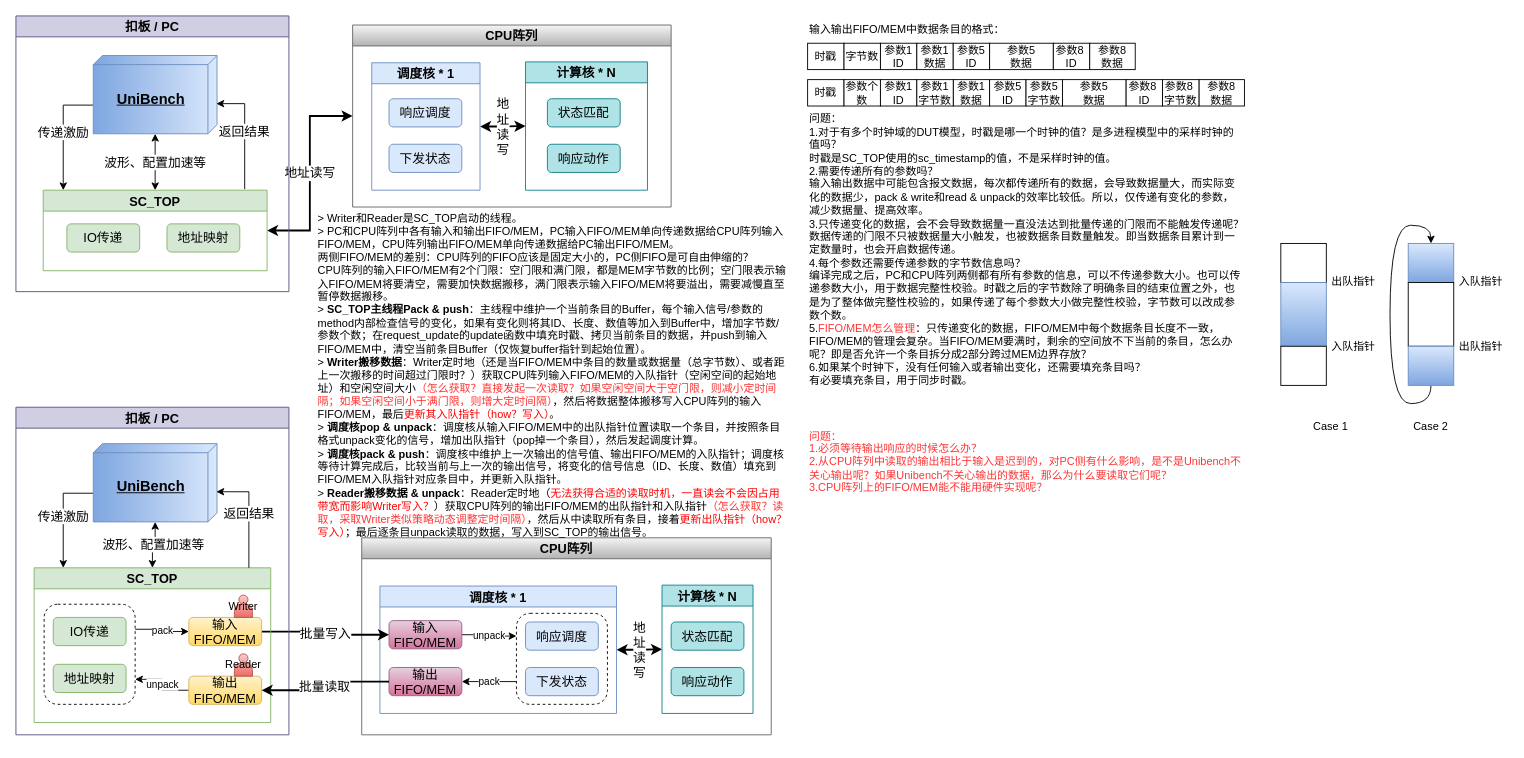
The draw.io diagram verilator_digrams/aync_comm.drawio in Dercury/CLDK, before the edit. Source tidied: cells renumbered, new cells numbered last; positions are measured from the earlier drawing's top-left corner, leaving out a move shared by most shapes. Both pictures are drawn from the tidied source at 91%, with x=0, y=0 at pixel (15, 15).
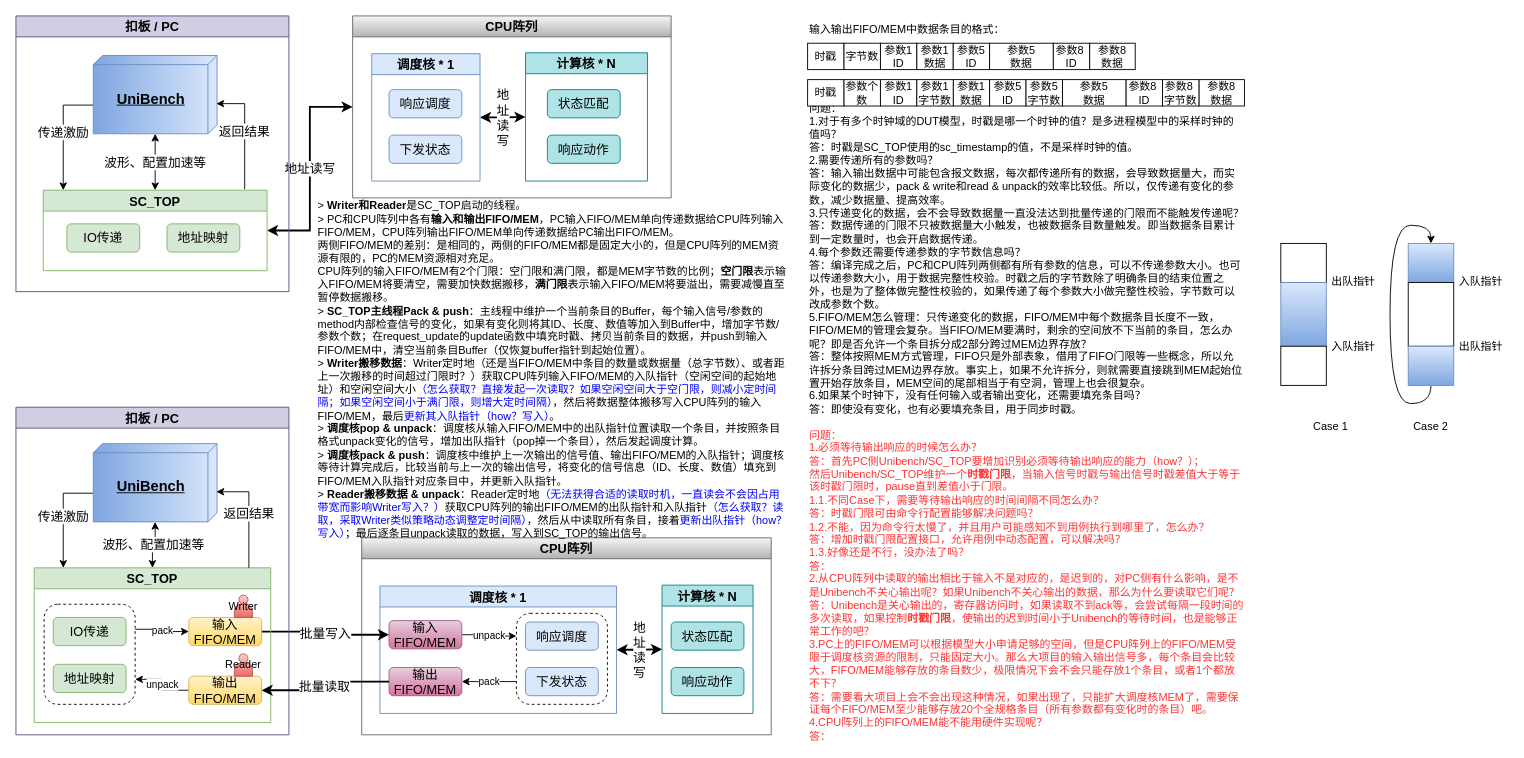
The same page after the edit.

The edit, as a diff of the source:
```diff
@@
     <mxCell id="2" value="CPU阵列" style="swimlane;fontSize=14;fillColor=#f5f5f5;strokeColor=#666666;gradientColor=#b3b3b3;" parent="1" vertex="1">
-      <mxGeometry x="370" y="10" width="350" height="200" as="geometry" />
+      <mxGeometry x="370" width="350" height="200" as="geometry" />
     </mxCell>
@@
-    <mxCell id="51" value="&lt;div&gt;&lt;span style=&quot;background-color: initial; color: rgb(255, 51, 51);&quot;&gt;问题：&lt;/span&gt;&lt;br&gt;&lt;/div&gt;&lt;div&gt;&lt;font color=&quot;#ff3333&quot;&gt;1.必须等待输出响应的时候怎么办？&lt;/font&gt;&lt;/div&gt;&lt;div&gt;&lt;font color=&quot;#ff3333&quot;&gt;2.从CPU阵列中读取的输出相比于输入是迟到的，对PC侧有什么影响，是不是Unibench不关心输出呢？&lt;/font&gt;&lt;span style=&quot;color: rgb(255, 51, 51); background-color: initial;&quot;&gt;如果Unibench不关心输出的数据，那么为什么要读取它们呢？&lt;/span&gt;&lt;/div&gt;&lt;div&gt;&lt;span style=&quot;color: rgb(255, 51, 51); background-color: initial;&quot;&gt;3.CPU阵列上的FIFO/MEM能不能用硬件实现呢？&lt;/span&gt;&lt;/div&gt;" style="text;html=1;align=left;verticalAlign=middle;whiteSpace=wrap;rounded=0;" parent="1" vertex="1">
-      <mxGeometry x="870" y="410" width="480" height="160" as="geometry" />
+    <mxCell id="51" value="&lt;div&gt;&lt;span style=&quot;background-color: initial; color: rgb(255, 51, 51);&quot;&gt;问题：&lt;/span&gt;&lt;br&gt;&lt;/div&gt;&lt;div&gt;&lt;font color=&quot;#ff3333&quot;&gt;1.必须等待输出响应的时候怎么办？&lt;/font&gt;&lt;/div&gt;&lt;div&gt;&lt;font color=&quot;#ff3333&quot;&gt;答：首先PC侧Unibench/SC_TOP要增加识别必须等待输出响应的能力（how？）；&lt;/font&gt;&lt;/div&gt;&lt;div&gt;&lt;font color=&quot;#ff3333&quot;&gt;然后Unibench/SC_TOP维护一个&lt;b&gt;时戳门限&lt;/b&gt;，当输入信号时戳与输出信号时戳差值大于等于该时戳门限时，pause直到差值小于门限。&lt;/font&gt;&lt;/div&gt;&lt;div&gt;&lt;font color=&quot;#ff3333&quot;&gt;1.1.不同Case下，需要等待输出响应的时间间隔不同怎么办？&lt;/font&gt;&lt;/div&gt;&lt;div&gt;&lt;font color=&quot;#ff3333&quot;&gt;答：时戳门限可由命令行配置能够解决问题吗？&lt;/font&gt;&lt;/div&gt;&lt;div&gt;&lt;font color=&quot;#ff3333&quot;&gt;1.2.不能，因为命令行太慢了，并且用户可能感知不到用例执行到哪里了，怎么办？&lt;/font&gt;&lt;/div&gt;&lt;div&gt;&lt;font color=&quot;#ff3333&quot;&gt;答：增加时戳门限配置接口，允许用例中动态配置，可以解决吗？&lt;/font&gt;&lt;/div&gt;&lt;div&gt;&lt;font color=&quot;#ff3333&quot;&gt;1.3.好像还是不行，没办法了吗？&lt;/font&gt;&lt;/div&gt;&lt;div&gt;&lt;font color=&quot;#ff3333&quot;&gt;答：&lt;/font&gt;&lt;/div&gt;&lt;div&gt;&lt;font color=&quot;#ff3333&quot;&gt;2.从CPU阵列中读取的输出相比于输入不是对应的，是迟到的，对PC侧有什么影响，是不是Unibench不关心输出呢？&lt;/font&gt;&lt;span style=&quot;color: rgb(255, 51, 51); background-color: initial;&quot;&gt;如果Unibench不关心输出的数据，那么为什么要读取它们呢？&lt;/span&gt;&lt;/div&gt;&lt;div&gt;&lt;span style=&quot;color: rgb(255, 51, 51);&quot;&gt;答：Unibench是关心输出的，寄存器访问时，如果读取不到ack等，会尝试每隔一段时间的多次读取，如果控制&lt;b&gt;时戳门限&lt;/b&gt;，使输出的迟到时间小于Unibench的等待时间，也是能够正常工作的吧？&lt;/span&gt;&lt;span style=&quot;color: rgb(255, 51, 51); background-color: initial;&quot;&gt;&lt;br&gt;&lt;/span&gt;&lt;/div&gt;&lt;div&gt;&lt;span style=&quot;color: rgb(255, 51, 51); background-color: initial;&quot;&gt;3.PC上的FIFO/MEM可以根据模型大小申请足够的空间，但是CPU阵列上的FIFO/MEM受限于调度核资源的限制，只能固定大小。那么大项目的输入输出信号多，每个条目会比较大，FIFO/MEM能够存放的条目数少，极限情况下会不会只能存放1个条目，或者1个都放不下？&lt;/span&gt;&lt;/div&gt;&lt;div&gt;&lt;span style=&quot;color: rgb(255, 51, 51); background-color: initial;&quot;&gt;答：需要看大项目上会不会出现这种情况，如果出现了，只能扩大调度核MEM了，需要保证每个FIFO/MEM至少能够存放20个全规格条目（所有参数都有变化时的条目）吧。&lt;/span&gt;&lt;/div&gt;&lt;div&gt;&lt;span style=&quot;color: rgb(255, 51, 51); background-color: initial;&quot;&gt;4.CPU阵列上的FIFO/MEM能不能用硬件实现呢？&lt;/span&gt;&lt;/div&gt;&lt;div&gt;&lt;span style=&quot;color: rgb(255, 51, 51);&quot;&gt;答：&lt;/span&gt;&lt;span style=&quot;color: rgb(255, 51, 51); background-color: initial;&quot;&gt;&lt;br&gt;&lt;/span&gt;&lt;/div&gt;" style="text;html=1;align=left;verticalAlign=middle;whiteSpace=wrap;rounded=0;" parent="1" vertex="1">
+      <mxGeometry x="870" y="461" width="480" height="329" as="geometry" />
     </mxCell>
@@
-    <mxCell id="61" value="&lt;span style=&quot;&quot;&gt;问题：&lt;/span&gt;&lt;div&gt;&lt;span style=&quot;&quot;&gt;1.对于有多个时钟域的DUT模型，时戳是哪一个时钟的值？是多进程模型中的采样时钟的值吗？&lt;/span&gt;&lt;/div&gt;&lt;div&gt;时戳是SC_TOP使用的sc_timestamp的值，不是采样时钟的值。&lt;/div&gt;&lt;div&gt;2.需要传递所有的参数吗？&lt;/div&gt;&lt;div&gt;输入输出数据中可能包含报文数据，每次都传递所有的数据，会导致数据量大，而实际变化的数据少，pack &amp;amp; write和read &amp;amp; unpack的效率比较低。所以，仅传递有变化的参数，减少数据量、提高效率。&lt;/div&gt;&lt;div&gt;3.只传递变化的数据，会不会导致数据量一直没法达到批量传递的门限而不能触发传递呢？&lt;/div&gt;&lt;div&gt;数据传递的门限不只被数据量大小触发，也被数据条目数量触发。即当数据条目累计到一定数量时，也会开启数据传递。&lt;/div&gt;&lt;div&gt;4.每个参数还需要传递参数的字节数信息吗？&lt;/div&gt;&lt;div&gt;编译完成之后，PC和CPU阵列两侧都有&lt;span style=&quot;background-color: initial;&quot;&gt;所有&lt;/span&gt;&lt;span style=&quot;background-color: initial;&quot;&gt;参数的信息，可以不传递参数大小。也可以传递参数大小，用于数据完整性校验。时戳之后的字节数除了明确条目的结束位置之外，也是为了整体做完整性校验的，如果传递了每个参数大小做完整性校验，字节数可以改成参数个数。&lt;/span&gt;&lt;/div&gt;&lt;div&gt;&lt;span style=&quot;background-color: initial;&quot;&gt;5.&lt;font color=&quot;#ff3333&quot;&gt;FIFO/MEM怎么管理&lt;/font&gt;：只传递变化的数据，FIFO/MEM中每个数据条目长度不一致，FIFO/MEM的管理会复杂。当FIFO/MEM要满时，剩余的空间放不下当前的条目，怎么办呢？即是否允许一个条目拆分成2部分跨过MEM边界存放？&lt;/span&gt;&lt;/div&gt;&lt;div&gt;&lt;span style=&quot;background-color: initial;&quot;&gt;6.如果某个时钟下，没有任何输入或者输出变化，还需要填充条目吗？&lt;/span&gt;&lt;/div&gt;&lt;div&gt;&lt;span style=&quot;background-color: initial;&quot;&gt;有必要填充条目，用于同步时戳。&lt;/span&gt;&lt;/div&gt;" style="text;html=1;align=left;verticalAlign=middle;whiteSpace=wrap;rounded=0;" parent="1" vertex="1">
-      <mxGeometry x="870" y="103" width="480" height="307" as="geometry" />
+    <mxCell id="61" value="&lt;span style=&quot;&quot;&gt;问题：&lt;/span&gt;&lt;div&gt;&lt;span style=&quot;&quot;&gt;1.对于有多个时钟域的DUT模型，时戳是哪一个时钟的值？是多进程模型中的采样时钟的值吗？&lt;/span&gt;&lt;/div&gt;&lt;div&gt;答：时戳是SC_TOP使用的sc_timestamp的值，不是采样时钟的值。&lt;/div&gt;&lt;div&gt;2.需要传递所有的参数吗？&lt;/div&gt;&lt;div&gt;&lt;span style=&quot;background-color: initial;&quot;&gt;答：&lt;/span&gt;输入输出数据中可能包含报文数据，每次都传递所有的数据，会导致数据量大，而实际变化的数据少，pack &amp;amp; write和read &amp;amp; unpack的效率比较低。所以，仅传递有变化的参数，减少数据量、提高效率。&lt;/div&gt;&lt;div&gt;3.只传递变化的数据，会不会导致数据量一直没法达到批量传递的门限而不能触发传递呢？&lt;/div&gt;&lt;div&gt;&lt;span style=&quot;background-color: initial;&quot;&gt;答：&lt;/span&gt;数据传递的门限不只被数据量大小触发，也被数据条目数量触发。即当数据条目累计到一定数量时，也会开启数据传递。&lt;/div&gt;&lt;div&gt;4.每个参数还需要传递参数的字节数信息吗？&lt;/div&gt;&lt;div&gt;&lt;span style=&quot;background-color: initial;&quot;&gt;答：&lt;/span&gt;编译完成之后，PC和CPU阵列两侧都有&lt;span style=&quot;background-color: initial;&quot;&gt;所有&lt;/span&gt;&lt;span style=&quot;background-color: initial;&quot;&gt;参数的信息，可以不传递参数大小。也可以传递参数大小，用于数据完整性校验。时戳之后的字节数除了明确条目的结束位置之外，也是为了整体做完整性校验的，如果传递了每个参数大小做完整性校验，字节数可以改成参数个数。&lt;/span&gt;&lt;/div&gt;&lt;div&gt;&lt;span style=&quot;background-color: initial;&quot;&gt;5.FIFO/MEM怎么管理：只传递变化的数据，FIFO/MEM中每个数据条目长度不一致，FIFO/MEM的管理会复杂。当FIFO/MEM要满时，剩余的空间放不下当前的条目，怎么办呢？即是否允许一个条目拆分成2部分跨过MEM边界存放？&lt;/span&gt;&lt;/div&gt;&lt;div&gt;答：整体按照MEM方式管理，FIFO只是外部表象，借用了FIFO门限等一些概念，所以允许拆分条目跨过MEM边界存放。事实上，如果不允许拆分，则就需要直接跳到MEM起始位置开始存放条目，MEM空间的尾部相当于有空洞，管理上也会很复杂。&lt;span style=&quot;background-color: initial;&quot;&gt;&lt;br&gt;&lt;/span&gt;&lt;/div&gt;&lt;div&gt;&lt;span style=&quot;background-color: initial;&quot;&gt;6.如果某个时钟下，没有任何输入或者输出变化，还需要填充条目吗？&lt;/span&gt;&lt;/div&gt;&lt;div&gt;&lt;span style=&quot;background-color: initial;&quot;&gt;答：即使没有变化，也&lt;/span&gt;&lt;span style=&quot;background-color: initial;&quot;&gt;有必要填充条目，用于同步时戳。&lt;/span&gt;&lt;/div&gt;" style="text;html=1;align=left;verticalAlign=middle;whiteSpace=wrap;rounded=0;" parent="1" vertex="1">
+      <mxGeometry x="870" y="103" width="480" height="327" as="geometry" />
     </mxCell>
@@
-    <mxCell id="73" value="&lt;div&gt;&lt;span style=&quot;background-color: initial;&quot;&gt;&amp;gt; Writer和Reader是SC_TOP启动的线程。&lt;/span&gt;&lt;/div&gt;&lt;div&gt;&lt;span style=&quot;background-color: initial;&quot;&gt;&amp;gt; PC和CPU阵列中各有输入和输出FIFO/MEM，PC输入FIFO/MEM单向传递数据给CPU阵列输入FIFO/MEM，CPU阵列输出FIFO/MEM单向传递数据给PC输出FIFO/MEM。&lt;/span&gt;&lt;br&gt;&lt;/div&gt;&lt;div&gt;两侧FIFO/MEM的差别：&lt;span style=&quot;background-color: initial;&quot;&gt;CPU阵列的FIFO应该是固定大小的，&lt;/span&gt;&lt;span style=&quot;background-color: initial;&quot;&gt;PC侧FIFO&lt;/span&gt;&lt;span style=&quot;background-color: initial;&quot;&gt;是可自由伸缩的？&lt;/span&gt;&lt;/div&gt;&lt;div&gt;CPU阵列的输入FIFO/MEM有2个门限：空门限和满门限，都是MEM字节数的比例；空门限表示输入FIFO/MEM将要清空，需要加快数据搬移，满门限表示输入FIFO/MEM将要溢出，需要减慢直至暂停数据搬移。&lt;br&gt;&lt;/div&gt;&lt;div&gt;&lt;span style=&quot;background-color: initial;&quot;&gt;&amp;gt;&amp;nbsp;&lt;/span&gt;&lt;b style=&quot;background-color: initial;&quot;&gt;SC_TOP&lt;/b&gt;&lt;b style=&quot;background-color: initial;&quot;&gt;主线程Pack &amp;amp; push&lt;/b&gt;&lt;span style=&quot;background-color: initial;&quot;&gt;：主线程中维护一个当前条目的Buffer，每个输入信号/参数的method内部检查信号的变化，如果有变化则将其ID、长度、数值等加入到Buffer中，增加字节数/参数个数；在request_update的update函数中填充时戳、拷贝当前条目的数据，并push到输入FIFO/MEM中，清空当前条目Buffer（仅恢复buffer指针到起始位置）。&lt;/span&gt;&lt;/div&gt;&lt;div&gt;&amp;gt; &lt;b&gt;Writer搬移数据&lt;/b&gt;：&lt;span style=&quot;background-color: initial;&quot;&gt;Writer定时地&lt;/span&gt;&lt;span style=&quot;background-color: initial;&quot;&gt;（还是当FIFO/MEM中条目的数量或数据量（总字节数）、或者距上一次搬移的时间超过门限时？&lt;/span&gt;&lt;span style=&quot;background-color: initial;&quot;&gt;）&lt;/span&gt;&lt;font style=&quot;background-color: initial;&quot;&gt;获取CPU阵列输入FIFO/MEM的入队指针（&lt;/font&gt;&lt;span style=&quot;background-color: initial;&quot;&gt;空闲空间的起始地址&lt;/span&gt;&lt;font style=&quot;background-color: initial;&quot;&gt;）和空闲空间大小&lt;/font&gt;&lt;font style=&quot;background-color: initial;&quot; color=&quot;#ff3333&quot;&gt;（怎么获取？直接发起一次读取？如果空闲空间大于空门限，则减小定时间隔；如果空闲空间小于满门限，则增大定时间隔）&lt;/font&gt;&lt;span style=&quot;background-color: initial;&quot;&gt;，然后将数据整体搬移写入CPU阵列的输入FIFO/MEM，最后&lt;/span&gt;&lt;font style=&quot;background-color: initial;&quot; color=&quot;#ff0000&quot;&gt;更新其入队指针（how？写入）&lt;/font&gt;&lt;span style=&quot;background-color: initial;&quot;&gt;。&lt;/span&gt;&lt;/div&gt;&lt;div&gt;&amp;gt; &lt;b&gt;调度核pop &amp;amp; unpack&lt;/b&gt;：调度核从输入FIFO/MEM中的出队指针位置读取一个条目，并按照条目格式unpack变化的信号，增加出队指针（pop掉一个条目），然后发起调度计算。&lt;/div&gt;&lt;div&gt;&amp;gt; &lt;b&gt;调度核pack &amp;amp; push&lt;/b&gt;：调度核中维护上一次输出的信号值、输出FIFO/MEM的入队指针；调度核等待计算完成后，比较当前与上一次的输出信号，将变化的信号信息（ID、长度、数值）填充到FIFO/MEM入队指针对应条目中，并更新入队指针。&lt;/div&gt;&lt;div&gt;&amp;gt; &lt;b&gt;Reader搬移数据 &amp;amp; unpack&lt;/b&gt;：Reader定时地（&lt;font color=&quot;#ff0000&quot;&gt;无法获得合适的读取时机，一直读会不会因占用带宽而影响Writer写入？&lt;/font&gt;&lt;span style=&quot;background-color: initial;&quot;&gt;）获取&lt;/span&gt;&lt;span style=&quot;background-color: initial;&quot;&gt;CPU阵列的输出FIFO/MEM的出队指针和入队指针&lt;/span&gt;&lt;span style=&quot;color: rgb(255, 51, 51); background-color: initial;&quot;&gt;（怎么获取？读取，采取Writer类似策略动态调整定时间隔）&lt;/span&gt;&lt;span style=&quot;background-color: initial;&quot;&gt;，然后&lt;/span&gt;&lt;span style=&quot;background-color: initial;&quot;&gt;从中读取所有条目，接着&lt;/span&gt;&lt;font style=&quot;background-color: initial;&quot; color=&quot;#ff0000&quot;&gt;更新出队指针（how？写入）&lt;/font&gt;&lt;span style=&quot;background-color: initial;&quot;&gt;；最后逐条目unpack读取的数据，写入到SC_TOP的输出信号。&lt;/span&gt;&lt;/div&gt;" style="text;html=1;align=left;verticalAlign=middle;whiteSpace=wrap;rounded=0;" parent="1" vertex="1">
-      <mxGeometry x="330" y="220" width="520" height="350" as="geometry" />
+    <mxCell id="73" value="&lt;div&gt;&lt;span style=&quot;background-color: initial;&quot;&gt;&amp;gt; &lt;b&gt;Writer和Reader&lt;/b&gt;是SC_TOP启动的线程。&lt;/span&gt;&lt;/div&gt;&lt;div&gt;&lt;span style=&quot;background-color: initial;&quot;&gt;&amp;gt; PC和CPU阵列中各有&lt;b&gt;输入和输出FIFO/MEM&lt;/b&gt;，PC输入FIFO/MEM单向传递数据给CPU阵列输入FIFO/MEM，CPU阵列输出FIFO/MEM单向传递数据给PC输出FIFO/MEM。&lt;/span&gt;&lt;br&gt;&lt;/div&gt;&lt;div&gt;两侧FIFO/MEM的差别：是相同的，两侧的FIFO/MEM都是固定大小的，但是&lt;span style=&quot;background-color: initial;&quot;&gt;CPU阵列的MEM资源有限的，&lt;/span&gt;&lt;span style=&quot;background-color: initial;&quot;&gt;PC的MEM资源相对充足。&lt;/span&gt;&lt;/div&gt;&lt;div&gt;CPU阵列的输入FIFO/MEM有2个门限：空门限和满门限，都是MEM字节数的比例；&lt;b&gt;空门限&lt;/b&gt;表示输入FIFO/MEM将要清空，需要加快数据搬移，&lt;b&gt;满门限&lt;/b&gt;表示输入FIFO/MEM将要溢出，需要减慢直至暂停数据搬移。&lt;br&gt;&lt;/div&gt;&lt;div&gt;&lt;span style=&quot;background-color: initial;&quot;&gt;&amp;gt;&amp;nbsp;&lt;/span&gt;&lt;b style=&quot;background-color: initial;&quot;&gt;SC_TOP&lt;/b&gt;&lt;b style=&quot;background-color: initial;&quot;&gt;主线程Pack &amp;amp; push&lt;/b&gt;&lt;span style=&quot;background-color: initial;&quot;&gt;：主线程中维护一个当前条目的Buffer，每个输入信号/参数的method内部检查信号的变化，如果有变化则将其ID、长度、数值等加入到Buffer中，增加字节数/参数个数；在request_update的update函数中填充时戳、拷贝当前条目的数据，并push到输入FIFO/MEM中，清空当前条目Buffer（仅恢复buffer指针到起始位置）。&lt;/span&gt;&lt;/div&gt;&lt;div&gt;&amp;gt; &lt;b&gt;Writer搬移数据&lt;/b&gt;：&lt;span style=&quot;background-color: initial;&quot;&gt;Writer定时地&lt;/span&gt;&lt;span style=&quot;background-color: initial;&quot;&gt;（还是当FIFO/MEM中条目的数量或数据量（总字节数）、或者距上一次搬移的时间超过门限时？&lt;/span&gt;&lt;span style=&quot;background-color: initial;&quot;&gt;）&lt;/span&gt;&lt;font style=&quot;background-color: initial;&quot;&gt;获取CPU阵列输入FIFO/MEM的入队指针（&lt;/font&gt;&lt;span style=&quot;background-color: initial;&quot;&gt;空闲空间的起始地址&lt;/span&gt;&lt;font style=&quot;background-color: initial;&quot;&gt;）和空闲空间大小&lt;/font&gt;&lt;font color=&quot;#0000ff&quot; style=&quot;background-color: initial;&quot;&gt;（怎么获取？直接发起一次读取？如果空闲空间大于空门限，则减小定时间隔；如果空闲空间小于满门限，则增大定时间隔）&lt;/font&gt;&lt;span style=&quot;background-color: initial;&quot;&gt;，然后将数据整体搬移写入CPU阵列的输入FIFO/MEM，最后&lt;/span&gt;&lt;font color=&quot;#0000ff&quot; style=&quot;background-color: initial;&quot;&gt;更新其入队指针（how？写入）&lt;/font&gt;&lt;span style=&quot;background-color: initial;&quot;&gt;。&lt;/span&gt;&lt;/div&gt;&lt;div&gt;&amp;gt; &lt;b&gt;调度核pop &amp;amp; unpack&lt;/b&gt;：调度核从输入FIFO/MEM中的出队指针位置读取一个条目，并按照条目格式unpack变化的信号，增加出队指针（pop掉一个条目），然后发起调度计算。&lt;/div&gt;&lt;div&gt;&amp;gt; &lt;b&gt;调度核pack &amp;amp; push&lt;/b&gt;：调度核中维护上一次输出的信号值、输出FIFO/MEM的入队指针；调度核等待计算完成后，比较当前与上一次的输出信号，将变化的信号信息（ID、长度、数值）填充到FIFO/MEM入队指针对应条目中，并更新入队指针。&lt;/div&gt;&lt;div&gt;&amp;gt; &lt;b&gt;Reader搬移数据 &amp;amp; unpack&lt;/b&gt;：Reader定时地&lt;font color=&quot;#0000ff&quot;&gt;（无法获得合适的读取时机，一直读会不会因占用带宽而影响Writer写入？&lt;/font&gt;&lt;span style=&quot;background-color: initial;&quot;&gt;&lt;font color=&quot;#0000ff&quot;&gt;）&lt;/font&gt;获取&lt;/span&gt;&lt;span style=&quot;background-color: initial;&quot;&gt;CPU阵列的输出FIFO/MEM的出队指针和入队指针&lt;/span&gt;&lt;span style=&quot;background-color: initial;&quot;&gt;&lt;font color=&quot;#0000ff&quot;&gt;（怎么获取？读取，采取Writer类似策略动态调整定时间隔）&lt;/font&gt;&lt;/span&gt;&lt;span style=&quot;background-color: initial;&quot;&gt;，然后&lt;/span&gt;&lt;span style=&quot;background-color: initial;&quot;&gt;从中读取所有条目，接着&lt;/span&gt;&lt;font color=&quot;#0000ff&quot; style=&quot;background-color: initial;&quot;&gt;更新出队指针（how？写入）&lt;/font&gt;&lt;span style=&quot;background-color: initial;&quot;&gt;；最后逐条目unpack读取的数据，写入到SC_TOP的输出信号。&lt;/span&gt;&lt;/div&gt;" style="text;html=1;align=left;verticalAlign=middle;whiteSpace=wrap;rounded=0;" parent="1" vertex="1">
+      <mxGeometry x="330" y="203.5" width="520" height="370" as="geometry" />
     </mxCell>
```
